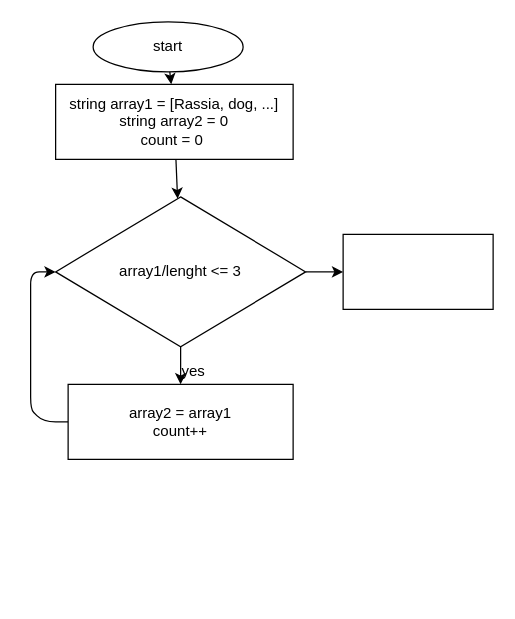
Earlier version of the draw.io diagram scheme.drawio (Margarita-MR/control-work). Source tidied: cells renumbered, new cells numbered last; positions are measured from the earlier drawing's top-left corner, leaving out a move shared by most shapes. Both pictures are drawn from the tidied source at 125%, with x=0, y=0 at pixel (30, 21).
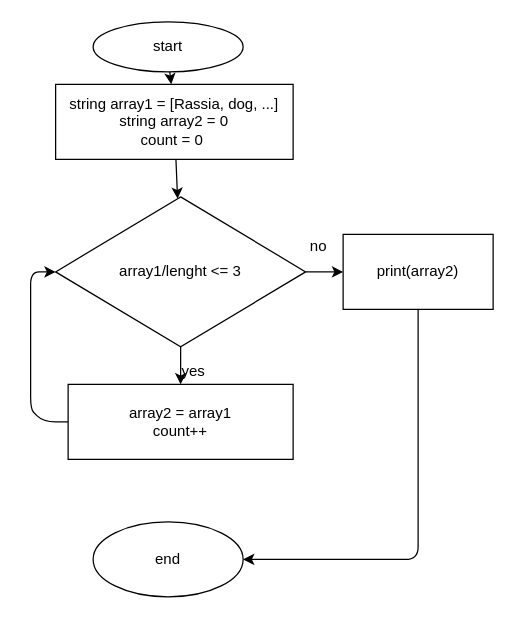
After the change.

Change to the diagram source:
```diff
@@
 <mxGraphModel>
   <root>
     <mxCell id="0" />
     <mxCell id="1" parent="0" />
     <mxCell id="2" style="edgeStyle=none;html=1;" parent="1" edge="1" source="3" target="5">
       <mxGeometry relative="1" as="geometry" />
     </mxCell>
     <mxCell id="3" value="start" style="ellipse;whiteSpace=wrap;html=1;" parent="1" vertex="1">
       <mxGeometry x="50" width="120" height="40" as="geometry" />
     </mxCell>
     <mxCell id="4" style="edgeStyle=none;html=1;" parent="1" edge="1" source="5" target="8">
       <mxGeometry relative="1" as="geometry" />
     </mxCell>
     <mxCell id="5" value="string array1 = [Rassia, dog, ...]&lt;br&gt;string array2 = 0&lt;br&gt;count = 0&amp;nbsp;" style="whiteSpace=wrap;html=1;" parent="1" vertex="1">
       <mxGeometry x="20" y="50" width="190" height="60" as="geometry" />
     </mxCell>
     <mxCell id="6" style="edgeStyle=none;html=1;" parent="1" edge="1" source="8" target="10">
       <mxGeometry relative="1" as="geometry" />
     </mxCell>
     <mxCell id="7" style="edgeStyle=none;html=1;" parent="1" edge="1" source="8" target="12">
       <mxGeometry relative="1" as="geometry" />
     </mxCell>
     <mxCell id="8" value="array1/lenght &amp;lt;= 3" style="rhombus;whiteSpace=wrap;html=1;" parent="1" vertex="1">
       <mxGeometry x="20" y="140" width="200" height="120" as="geometry" />
     </mxCell>
     <mxCell id="9" style="edgeStyle=none;html=1;entryX=0;entryY=0.5;entryDx=0;entryDy=0;" parent="1" edge="1" source="10" target="8">
       <mxGeometry relative="1" as="geometry">
         <Array as="points">
           <mxPoint x="10" y="320" />
           <mxPoint y="310" />
           <mxPoint y="250" />
           <mxPoint y="200" />
         </Array>
       </mxGeometry>
     </mxCell>
     <mxCell id="10" value="array2 = array1&lt;br&gt;count++" style="whiteSpace=wrap;html=1;" parent="1" vertex="1">
       <mxGeometry x="30" y="290" width="180" height="60" as="geometry" />
     </mxCell>
     <mxCell id="11" value="yes" style="text;html=1;align=center;verticalAlign=middle;strokeColor=none;fillColor=none;" parent="1" vertex="1">
       <mxGeometry x="115" y="270" width="30" height="20" as="geometry" />
     </mxCell>
+    <mxCell id="13" style="edgeStyle=none;html=1;" parent="1" edge="1" source="12" target="15">
+      <mxGeometry relative="1" as="geometry">
+        <Array as="points">
+          <mxPoint x="310" y="430" />
+        </Array>
+      </mxGeometry>
+    </mxCell>
-    <mxCell id="12" style="whiteSpace=wrap;html=1;" parent="1" vertex="1">
+    <mxCell id="12" value="print(array2)" style="whiteSpace=wrap;html=1;" parent="1" vertex="1">
       <mxGeometry x="250" y="170" width="120" height="60" as="geometry" />
     </mxCell>
+    <mxCell id="14" value="no" style="text;html=1;align=center;verticalAlign=middle;strokeColor=none;fillColor=none;" parent="1" vertex="1">
+      <mxGeometry x="215" y="170" width="30" height="20" as="geometry" />
+    </mxCell>
+    <mxCell id="15" value="end" style="ellipse;whiteSpace=wrap;html=1;" parent="1" vertex="1">
+      <mxGeometry x="50" y="400" width="120" height="60" as="geometry" />
+    </mxCell>
   </root>
 </mxGraphModel>
```
